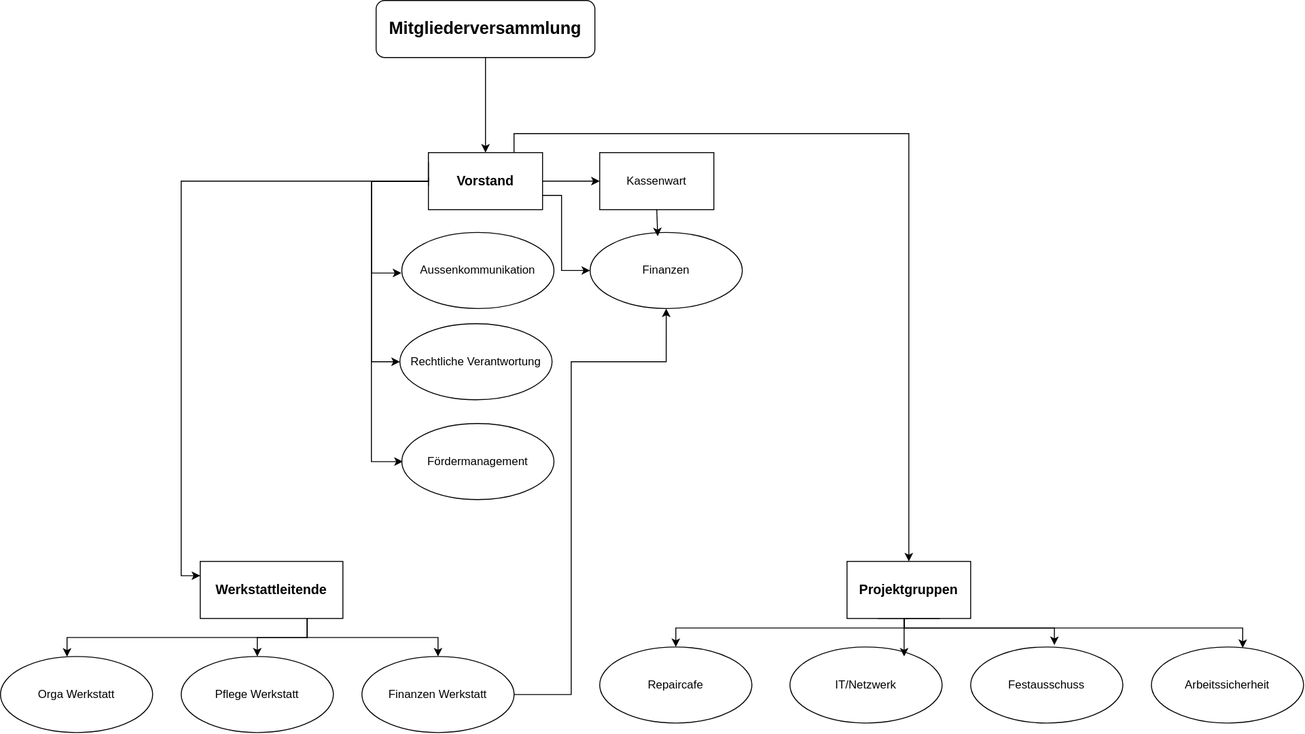
Above: Garagelab.drawio.svg in garagelab-dus/organigram (draw.io), before the change. Source tidied: cells renumbered, new cells last; positions are measured from the earlier drawing's top-left corner, leaving out a move shared by most shapes.
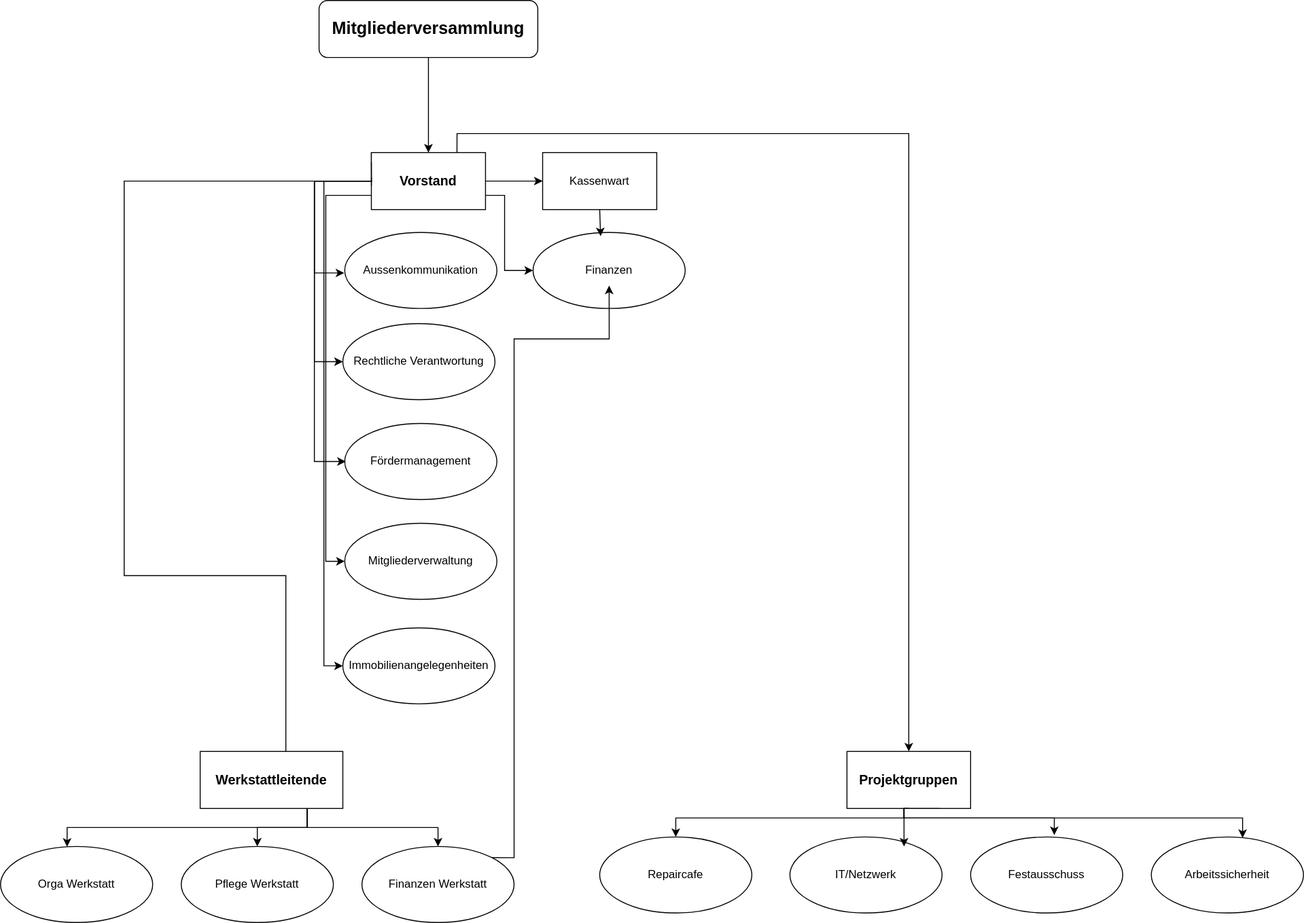
The same file after the commit.

Change to the diagram source:
```diff
@@ -11,12 +11,20 @@
           <mxPoint x="450" y="190" />
           <mxPoint x="190" y="190" />
           <mxPoint x="190" y="605" />
+          <mxPoint x="360" y="605" />
+          <mxPoint x="360" y="805" />
         </Array>
       </mxGeometry>
     </mxCell>
     <mxCell id="4" style="edgeStyle=orthogonalEdgeStyle;rounded=0;jettySize=auto;html=1;exitX=0.75;exitY=0;exitDx=0;exitDy=0;entryX=0.5;entryY=0;entryDx=0;entryDy=0;" parent="1" edge="1" source="5" target="27">
       <mxGeometry relative="1" as="geometry" />
     </mxCell>
+    <mxCell id="35" style="edgeStyle=orthogonalEdgeStyle;rounded=0;jettySize=auto;html=1;exitX=0;exitY=0.75;exitDx=0;exitDy=0;entryX=0;entryY=0.5;entryDx=0;entryDy=0;" parent="1" edge="1" source="5" target="37">
+      <mxGeometry relative="1" as="geometry" />
+    </mxCell>
+    <mxCell id="36" style="edgeStyle=orthogonalEdgeStyle;rounded=0;jettySize=auto;html=1;exitX=0;exitY=0.5;exitDx=0;exitDy=0;entryX=0;entryY=0.5;entryDx=0;entryDy=0;" parent="1" edge="1" source="5" target="38">
+      <mxGeometry relative="1" as="geometry" />
+    </mxCell>
     <mxCell id="5" value="&lt;h3&gt;Vorstand&lt;/h3&gt;" style="rounded=0;whiteSpace=wrap;html=1;" parent="1" vertex="1">
       <mxGeometry x="449.9" y="160" width="120" height="60" as="geometry" />
     </mxCell>
@@ -59,31 +67,32 @@
       <mxGeometry relative="1" as="geometry" />
     </mxCell>
     <mxCell id="17" value="&lt;h3&gt;Werkstattleitende&lt;/h3&gt;" style="rounded=0;whiteSpace=wrap;html=1;" parent="1" vertex="1">
-      <mxGeometry x="210" y="590" width="150" height="60" as="geometry" />
+      <mxGeometry x="269.9" y="790" width="150" height="60" as="geometry" />
     </mxCell>
     <mxCell id="18" value="Orga Werkstatt" style="ellipse;whiteSpace=wrap;html=1;" parent="1" vertex="1">
-      <mxGeometry y="690" width="160" height="80" as="geometry" />
+      <mxGeometry x="60" y="890" width="160" height="80" as="geometry" />
     </mxCell>
     <mxCell id="19" value="Pflege Werkstatt" style="ellipse;whiteSpace=wrap;html=1;" parent="1" vertex="1">
-      <mxGeometry x="190" y="690" width="160" height="80" as="geometry" />
+      <mxGeometry x="250" y="890" width="160" height="80" as="geometry" />
     </mxCell>
-    <mxCell id="20" style="edgeStyle=orthogonalEdgeStyle;rounded=0;jettySize=auto;html=1;exitX=1;exitY=0.5;exitDx=0;exitDy=0;entryX=0.5;entryY=1;entryDx=0;entryDy=0;" parent="1" edge="1" source="21" target="11">
+    <mxCell id="20" style="edgeStyle=orthogonalEdgeStyle;rounded=0;jettySize=auto;html=1;exitX=1;exitY=0;exitDx=0;exitDy=0;entryX=0.5;entryY=1;entryDx=0;entryDy=0;" parent="1" edge="1" source="21">
       <mxGeometry relative="1" as="geometry">
+        <mxPoint x="699.9" y="300" as="targetPoint" />
         <Array as="points">
-          <mxPoint x="600" y="730" />
-          <mxPoint x="600" y="380" />
-          <mxPoint x="700" y="380" />
+          <mxPoint x="600" y="902" />
+          <mxPoint x="600" y="356" />
+          <mxPoint x="700" y="356" />
         </Array>
       </mxGeometry>
     </mxCell>
     <mxCell id="21" value="Finanzen Werkstatt" style="ellipse;whiteSpace=wrap;html=1;" parent="1" vertex="1">
-      <mxGeometry x="380" y="690" width="160" height="80" as="geometry" />
+      <mxGeometry x="440" y="890" width="160" height="80" as="geometry" />
     </mxCell>
     <mxCell id="22" style="edgeStyle=orthogonalEdgeStyle;rounded=0;jettySize=auto;html=1;exitX=0.75;exitY=1;exitDx=0;exitDy=0;" parent="1" edge="1" source="17" target="18">
       <mxGeometry relative="1" as="geometry">
         <Array as="points">
-          <mxPoint x="323" y="670" />
-          <mxPoint x="70" y="670" />
+          <mxPoint x="383" y="870" />
+          <mxPoint x="130" y="870" />
         </Array>
       </mxGeometry>
     </mxCell>
@@ -121,52 +130,58 @@
     <mxCell id="26" style="edgeStyle=orthogonalEdgeStyle;rounded=0;jettySize=auto;html=1;exitX=0.25;exitY=1;exitDx=0;exitDy=0;" parent="1" edge="1" source="27" target="28">
       <mxGeometry relative="1" as="geometry">
         <Array as="points">
-          <mxPoint x="950" y="650" />
-          <mxPoint x="950" y="660" />
-          <mxPoint x="710" y="660" />
+          <mxPoint x="1010" y="850" />
+          <mxPoint x="1010" y="860" />
+          <mxPoint x="770" y="860" />
         </Array>
       </mxGeometry>
     </mxCell>
     <mxCell id="27" value="&lt;h3&gt;Projektgruppen&lt;/h3&gt;" style="rounded=0;whiteSpace=wrap;html=1;" parent="1" vertex="1">
-      <mxGeometry x="890" y="590" width="130" height="60" as="geometry" />
+      <mxGeometry x="950" y="790" width="130" height="60" as="geometry" />
     </mxCell>
     <mxCell id="28" value="Repaircafe" style="ellipse;whiteSpace=wrap;html=1;" parent="1" vertex="1">
-      <mxGeometry x="630" y="680" width="160" height="80" as="geometry" />
+      <mxGeometry x="690" y="880" width="160" height="80" as="geometry" />
     </mxCell>
     <mxCell id="29" value="IT/Netzwerk" style="ellipse;whiteSpace=wrap;html=1;" parent="1" vertex="1">
-      <mxGeometry x="830" y="680" width="160" height="80" as="geometry" />
+      <mxGeometry x="890" y="880" width="160" height="80" as="geometry" />
     </mxCell>
     <mxCell id="30" value="Festausschuss" style="ellipse;whiteSpace=wrap;html=1;" parent="1" vertex="1">
-      <mxGeometry x="1020" y="680" width="160" height="80" as="geometry" />
+      <mxGeometry x="1080" y="880" width="160" height="80" as="geometry" />
     </mxCell>
     <mxCell id="31" value="Arbeitssicherheit" style="ellipse;whiteSpace=wrap;html=1;" parent="1" vertex="1">
-      <mxGeometry x="1210" y="680" width="160" height="80" as="geometry" />
+      <mxGeometry x="1270" y="880" width="160" height="80" as="geometry" />
     </mxCell>
     <mxCell id="32" style="edgeStyle=orthogonalEdgeStyle;rounded=0;jettySize=auto;html=1;exitX=0.5;exitY=1;exitDx=0;exitDy=0;entryX=0.744;entryY=0.125;entryDx=0;entryDy=0;entryPerimeter=0;" parent="1" edge="1" source="27" target="29">
       <mxGeometry relative="1" as="geometry">
         <Array as="points">
-          <mxPoint x="950" y="650" />
-          <mxPoint x="950" y="690" />
+          <mxPoint x="1010" y="850" />
+          <mxPoint x="1010" y="890" />
         </Array>
       </mxGeometry>
     </mxCell>
     <mxCell id="33" style="edgeStyle=orthogonalEdgeStyle;rounded=0;jettySize=auto;html=1;exitX=0.75;exitY=1;exitDx=0;exitDy=0;entryX=0.55;entryY=-0.025;entryDx=0;entryDy=0;entryPerimeter=0;" parent="1" edge="1" source="27" target="30">
       <mxGeometry relative="1" as="geometry">
         <Array as="points">
-          <mxPoint x="950" y="650" />
-          <mxPoint x="950" y="660" />
-          <mxPoint x="1108" y="660" />
+          <mxPoint x="1010" y="850" />
+          <mxPoint x="1010" y="860" />
+          <mxPoint x="1168" y="860" />
         </Array>
       </mxGeometry>
     </mxCell>
     <mxCell id="34" style="edgeStyle=orthogonalEdgeStyle;rounded=0;jettySize=auto;html=1;exitX=0.5;exitY=1;exitDx=0;exitDy=0;entryX=0.6;entryY=0.013;entryDx=0;entryDy=0;entryPerimeter=0;" parent="1" edge="1" source="27" target="31">
       <mxGeometry relative="1" as="geometry">
         <Array as="points">
-          <mxPoint x="950" y="650" />
-          <mxPoint x="950" y="660" />
-          <mxPoint x="1306" y="660" />
+          <mxPoint x="1010" y="850" />
+          <mxPoint x="1010" y="860" />
+          <mxPoint x="1366" y="860" />
         </Array>
       </mxGeometry>
     </mxCell>
+    <mxCell id="37" value="Mitgliederverwaltung" style="ellipse;whiteSpace=wrap;html=1;" parent="1" vertex="1">
+      <mxGeometry x="421.9" y="550" width="160" height="80" as="geometry" />
+    </mxCell>
+    <mxCell id="38" value="Immobilienangelegenheiten" style="ellipse;whiteSpace=wrap;html=1;" parent="1" vertex="1">
+      <mxGeometry x="419.9" y="660" width="160" height="80" as="geometry" />
+    </mxCell>
   </root>
 </mxGraphModel>
```
